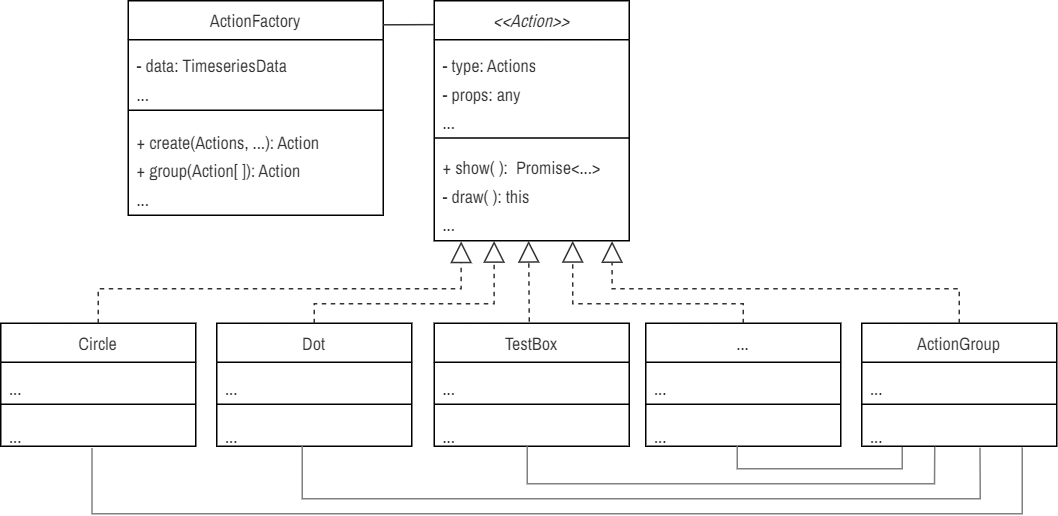
The draw.io diagram public/doc/action-classes.png in saifulkhan/storytelling-vis, before a commit. Source tidied: cells renumbered, new cells last; positions are measured from the earlier drawing's top-left corner, leaving out a move shared by most shapes.
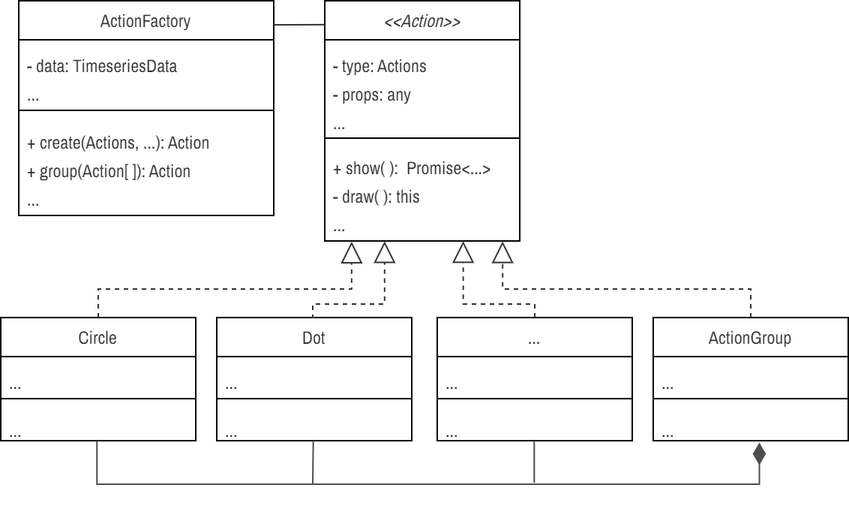
The same file after the commit.

Diff of the diagram source:
```diff
@@ -15,7 +15,7 @@
       <mxGeometry y="94" width="130" height="66" as="geometry" />
     </mxCell>
     <mxCell id="6" value="&lt;font face=&quot;Archivo Narrow&quot;&gt;&lt;span style=&quot;&quot;&gt;Circle&lt;/span&gt;&lt;/font&gt;" style="swimlane;fontStyle=0;align=center;verticalAlign=top;horizontal=1;startSize=26;whiteSpace=wrap;html=1;fontFamily=Fira Sans Extra Condensed;fontSource=https%3A%2F%2Ffonts.googleapis.com%2Fcss%3Ffamily%3DFira%2BSans%2BExtra%2BCondensed;fontSize=12;fontColor=#333333;" parent="1" vertex="1">
-      <mxGeometry y="215" width="130" height="82" as="geometry" />
+      <mxGeometry x="73" y="211" width="130" height="82" as="geometry" />
     </mxCell>
     <mxCell id="7" value="&lt;span style=&quot;font-size: 12px;&quot;&gt;&lt;font face=&quot;Archivo Narrow&quot;&gt;...&lt;/font&gt;&lt;/span&gt;" style="text;strokeColor=none;fillColor=none;align=left;verticalAlign=top;spacingLeft=4;spacingRight=4;overflow=hidden;whiteSpace=wrap;html=1;fontFamily=Fira Sans Extra Condensed;fontSource=https%3A%2F%2Ffonts.googleapis.com%2Fcss%3Ffamily%3DFira%2BSans%2BExtra%2BCondensed;fontSize=16;fontColor=#333333;" parent="6" vertex="1">
       <mxGeometry y="26" width="130" height="24" as="geometry" />
@@ -27,7 +27,7 @@
       <mxGeometry y="58" width="130" height="24" as="geometry" />
     </mxCell>
     <mxCell id="10" value="&lt;font face=&quot;Archivo Narrow&quot;&gt;&lt;span style=&quot;&quot;&gt;Dot&lt;/span&gt;&lt;/font&gt;" style="swimlane;fontStyle=0;align=center;verticalAlign=top;horizontal=1;startSize=26;whiteSpace=wrap;html=1;fontFamily=Fira Sans Extra Condensed;fontSource=https%3A%2F%2Ffonts.googleapis.com%2Fcss%3Ffamily%3DFira%2BSans%2BExtra%2BCondensed;fontSize=12;fontColor=#333333;" parent="1" vertex="1">
-      <mxGeometry x="144" y="215" width="130" height="82" as="geometry" />
+      <mxGeometry x="217" y="211" width="130" height="82" as="geometry" />
     </mxCell>
     <mxCell id="11" value="&lt;span style=&quot;font-size: 12px;&quot;&gt;&lt;font face=&quot;Archivo Narrow&quot;&gt;...&lt;/font&gt;&lt;/span&gt;" style="text;strokeColor=none;fillColor=none;align=left;verticalAlign=top;spacingLeft=4;spacingRight=4;overflow=hidden;whiteSpace=wrap;html=1;fontFamily=Fira Sans Extra Condensed;fontSource=https%3A%2F%2Ffonts.googleapis.com%2Fcss%3Ffamily%3DFira%2BSans%2BExtra%2BCondensed;fontSize=16;fontColor=#333333;" parent="10" vertex="1">
       <mxGeometry y="26" width="130" height="24" as="geometry" />
@@ -39,7 +39,7 @@
       <mxGeometry y="58" width="130" height="24" as="geometry" />
     </mxCell>
     <mxCell id="14" value="&lt;font face=&quot;Archivo Narrow&quot;&gt;&lt;span style=&quot;&quot;&gt;...&lt;/span&gt;&lt;/font&gt;" style="swimlane;fontStyle=0;align=center;verticalAlign=top;horizontal=1;startSize=26;whiteSpace=wrap;html=1;fontFamily=Fira Sans Extra Condensed;fontSource=https%3A%2F%2Ffonts.googleapis.com%2Fcss%3Ffamily%3DFira%2BSans%2BExtra%2BCondensed;fontSize=12;fontColor=#333333;" parent="1" vertex="1">
-      <mxGeometry x="430" y="215" width="130" height="82" as="geometry" />
+      <mxGeometry x="364" y="211" width="130" height="82" as="geometry" />
     </mxCell>
     <mxCell id="15" value="&lt;span style=&quot;font-size: 12px;&quot;&gt;&lt;font face=&quot;Archivo Narrow&quot;&gt;...&lt;/font&gt;&lt;/span&gt;" style="text;strokeColor=none;fillColor=none;align=left;verticalAlign=top;spacingLeft=4;spacingRight=4;overflow=hidden;whiteSpace=wrap;html=1;fontFamily=Fira Sans Extra Condensed;fontSource=https%3A%2F%2Ffonts.googleapis.com%2Fcss%3Ffamily%3DFira%2BSans%2BExtra%2BCondensed;fontSize=16;fontColor=#333333;" parent="14" vertex="1">
       <mxGeometry y="26" width="130" height="24" as="geometry" />
@@ -53,7 +53,7 @@
     <mxCell id="18" style="endArrow=block;dashed=1;endFill=0;endSize=12;html=1;rounded=0;fontColor=#333333;exitX=0.5;exitY=0;exitDx=0;exitDy=0;edgeStyle=orthogonalEdgeStyle;strokeColor=#333333;entryX=0.138;entryY=1.006;entryDx=0;entryDy=0;entryPerimeter=0;" parent="1" edge="1" source="6" target="5">
       <mxGeometry relative="1" as="geometry">
         <Array as="points">
-          <mxPoint x="65" y="192" />
+          <mxPoint x="138" y="192" />
           <mxPoint x="307" y="192" />
         </Array>
       </mxGeometry>
@@ -61,20 +61,16 @@
     <mxCell id="19" style="endArrow=block;dashed=1;endFill=0;endSize=12;html=1;rounded=0;fontColor=#333333;exitX=0.5;exitY=0;exitDx=0;exitDy=0;entryX=0.307;entryY=1.002;entryDx=0;entryDy=0;entryPerimeter=0;edgeStyle=orthogonalEdgeStyle;strokeColor=#333333;" parent="1" edge="1" source="10" target="5">
       <mxGeometry relative="1" as="geometry">
         <Array as="points">
-          <mxPoint x="209" y="202" />
+          <mxPoint x="281" y="211" />
+          <mxPoint x="281" y="202" />
           <mxPoint x="329" y="202" />
         </Array>
       </mxGeometry>
     </mxCell>
-    <mxCell id="20" style="endArrow=block;dashed=1;endFill=0;endSize=12;html=1;rounded=0;fontColor=#333333;exitX=0.495;exitY=-0.025;exitDx=0;exitDy=0;exitPerimeter=0;strokeColor=#333333;entryX=0.484;entryY=1.001;entryDx=0;entryDy=0;entryPerimeter=0;" parent="1" edge="1" target="5">
-      <mxGeometry relative="1" as="geometry">
-        <mxPoint x="352.3" y="214" as="sourcePoint" />
-      </mxGeometry>
-    </mxCell>
     <mxCell id="21" style="endArrow=block;dashed=1;endFill=0;endSize=12;html=1;rounded=0;fontColor=#333333;exitX=0.5;exitY=0;exitDx=0;exitDy=0;entryX=0.71;entryY=1.001;entryDx=0;entryDy=0;entryPerimeter=0;edgeStyle=orthogonalEdgeStyle;strokeColor=#333333;" parent="1" edge="1" source="14" target="5">
       <mxGeometry relative="1" as="geometry">
         <Array as="points">
-          <mxPoint x="495" y="202" />
+          <mxPoint x="429" y="202" />
           <mxPoint x="381" y="202" />
         </Array>
       </mxGeometry>
@@ -98,7 +94,7 @@
       </mxGeometry>
     </mxCell>
     <mxCell id="27" value="&lt;font face=&quot;Archivo Narrow&quot;&gt;&lt;span style=&quot;&quot;&gt;ActionGroup&lt;/span&gt;&lt;/font&gt;" style="swimlane;fontStyle=0;align=center;verticalAlign=top;horizontal=1;startSize=26;whiteSpace=wrap;html=1;fontFamily=Fira Sans Extra Condensed;fontSource=https%3A%2F%2Ffonts.googleapis.com%2Fcss%3Ffamily%3DFira%2BSans%2BExtra%2BCondensed;fontSize=12;fontColor=#333333;" parent="1" vertex="1">
-      <mxGeometry x="574" y="215" width="130" height="82" as="geometry" />
+      <mxGeometry x="508" y="211" width="130" height="82" as="geometry" />
     </mxCell>
     <mxCell id="28" value="&lt;span style=&quot;font-size: 12px;&quot;&gt;&lt;font face=&quot;Archivo Narrow&quot;&gt;...&lt;/font&gt;&lt;/span&gt;" style="text;strokeColor=none;fillColor=none;align=left;verticalAlign=top;spacingLeft=4;spacingRight=4;overflow=hidden;whiteSpace=wrap;html=1;fontFamily=Fira Sans Extra Condensed;fontSource=https%3A%2F%2Ffonts.googleapis.com%2Fcss%3Ffamily%3DFira%2BSans%2BExtra%2BCondensed;fontSize=16;fontColor=#333333;" parent="27" vertex="1">
       <mxGeometry y="26" width="130" height="24" as="geometry" />
@@ -112,58 +108,29 @@
     <mxCell id="31" style="endArrow=block;dashed=1;endFill=0;endSize=12;html=1;rounded=0;fontColor=#333333;exitX=0.5;exitY=0;exitDx=0;exitDy=0;entryX=0.912;entryY=1.003;entryDx=0;entryDy=0;entryPerimeter=0;edgeStyle=orthogonalEdgeStyle;strokeColor=#333333;" parent="1" edge="1" source="27" target="5">
       <mxGeometry relative="1" as="geometry">
         <Array as="points">
-          <mxPoint x="639" y="192" />
+          <mxPoint x="573" y="192" />
           <mxPoint x="408" y="192" />
         </Array>
       </mxGeometry>
     </mxCell>
-    <mxCell id="32" value="&lt;font face=&quot;Archivo Narrow&quot;&gt;TestBox&lt;/font&gt;" style="swimlane;fontStyle=0;align=center;verticalAlign=top;horizontal=1;startSize=26;whiteSpace=wrap;html=1;fontFamily=Fira Sans Extra Condensed;fontSource=https%3A%2F%2Ffonts.googleapis.com%2Fcss%3Ffamily%3DFira%2BSans%2BExtra%2BCondensed;fontSize=12;fontColor=#333333;" parent="1" vertex="1">
-      <mxGeometry x="289" y="215" width="130" height="82" as="geometry" />
-    </mxCell>
-    <mxCell id="33" value="&lt;span style=&quot;font-size: 12px;&quot;&gt;&lt;font face=&quot;Archivo Narrow&quot;&gt;...&lt;/font&gt;&lt;/span&gt;" style="text;strokeColor=none;fillColor=none;align=left;verticalAlign=top;spacingLeft=4;spacingRight=4;overflow=hidden;whiteSpace=wrap;html=1;fontFamily=Fira Sans Extra Condensed;fontSource=https%3A%2F%2Ffonts.googleapis.com%2Fcss%3Ffamily%3DFira%2BSans%2BExtra%2BCondensed;fontSize=16;fontColor=#333333;" parent="32" vertex="1">
-      <mxGeometry y="26" width="130" height="24" as="geometry" />
-    </mxCell>
-    <mxCell id="34" style="line;strokeWidth=1;fillColor=none;align=left;verticalAlign=middle;spacingTop=-1;spacingLeft=3;spacingRight=3;labelPosition=right;strokeColor=inherit;fontFamily=Fira Sans Extra Condensed;fontSource=https%3A%2F%2Ffonts.googleapis.com%2Fcss%3Ffamily%3DFira%2BSans%2BExtra%2BCondensed;fontSize=16;fontColor=#333333;" parent="32" vertex="1">
-      <mxGeometry y="50" width="130" height="8" as="geometry" />
-    </mxCell>
-    <mxCell id="35" value="&lt;font face=&quot;Archivo Narrow&quot; style=&quot;font-size: 12px;&quot;&gt;...&lt;/font&gt;" style="text;strokeColor=none;fillColor=none;align=left;verticalAlign=top;spacingLeft=4;spacingRight=4;overflow=hidden;whiteSpace=wrap;html=1;fontFamily=Fira Sans Extra Condensed;fontSource=https%3A%2F%2Ffonts.googleapis.com%2Fcss%3Ffamily%3DFira%2BSans%2BExtra%2BCondensed;fontSize=16;fontColor=#333333;" parent="32" vertex="1">
-      <mxGeometry y="58" width="130" height="24" as="geometry" />
-    </mxCell>
-    <mxCell id="36" style="endArrow=none;html=1;rounded=0;exitX=0.468;exitY=1.054;exitDx=0;exitDy=0;exitPerimeter=0;entryX=0.821;entryY=1.034;entryDx=0;entryDy=0;entryPerimeter=0;edgeStyle=orthogonalEdgeStyle;strokeColor=#808080;strokeWidth=1;" parent="1" edge="1" source="9" target="30">
+    <mxCell id="36" style="endArrow=diamondThin;endFill=1;endSize=12;html=1;rounded=0;entryX=0.544;entryY=1.054;entryDx=0;entryDy=0;entryPerimeter=0;edgeStyle=orthogonalEdgeStyle;exitX=0.493;exitY=1.006;exitDx=0;exitDy=0;exitPerimeter=0;strokeColor=#4D4D4D;" parent="1" edge="1" source="9" target="30">
       <mxGeometry relative="1" as="geometry">
         <Array as="points">
-          <mxPoint x="61" y="342" />
-          <mxPoint x="681" y="342" />
-          <mxPoint x="681" y="298" />
+          <mxPoint x="137" y="322" />
+          <mxPoint x="579" y="322" />
         </Array>
       </mxGeometry>
     </mxCell>
-    <mxCell id="37" style="endArrow=none;html=1;rounded=0;exitX=0.468;exitY=1.054;exitDx=0;exitDy=0;exitPerimeter=0;entryX=0.607;entryY=1.042;entryDx=0;entryDy=0;entryPerimeter=0;edgeStyle=orthogonalEdgeStyle;strokeColor=#808080;strokeWidth=1;" parent="1" edge="1" target="30">
-      <mxGeometry relative="1" as="geometry">
-        <mxPoint x="201" y="297" as="sourcePoint" />
-        <Array as="points">
-          <mxPoint x="201" y="332" />
-          <mxPoint x="653" y="332" />
-        </Array>
-      </mxGeometry>
-    </mxCell>
-    <mxCell id="38" style="endArrow=none;html=1;rounded=0;exitX=0.468;exitY=1.054;exitDx=0;exitDy=0;exitPerimeter=0;entryX=0.374;entryY=1.011;entryDx=0;entryDy=0;entryPerimeter=0;edgeStyle=orthogonalEdgeStyle;strokeColor=#808080;strokeWidth=1;" parent="1" edge="1" target="30">
-      <mxGeometry relative="1" as="geometry">
-        <mxPoint x="351" y="297" as="sourcePoint" />
-        <Array as="points">
-          <mxPoint x="351" y="322" />
-          <mxPoint x="623" y="322" />
-        </Array>
-      </mxGeometry>
-    </mxCell>
-    <mxCell id="39" style="endArrow=none;html=1;rounded=0;exitX=0.468;exitY=1.054;exitDx=0;exitDy=0;exitPerimeter=0;edgeStyle=orthogonalEdgeStyle;strokeColor=#808080;entryX=0.208;entryY=1.018;entryDx=0;entryDy=0;entryPerimeter=0;strokeWidth=1;" parent="1" edge="1" target="30">
-      <mxGeometry relative="1" as="geometry">
-        <mxPoint x="491" y="297" as="sourcePoint" />
-        <Array as="points">
-          <mxPoint x="491" y="312" />
-          <mxPoint x="601" y="312" />
-        </Array>
-      </mxGeometry>
-    </mxCell>
+    <mxCell id="40" style="endArrow=none;html=1;rounded=0;entryX=0.495;entryY=0.995;entryDx=0;entryDy=0;entryPerimeter=0;strokeColor=#4D4D4D;" parent="1" edge="1" target="13">
+      <mxGeometry relative="1" as="geometry">
+        <mxPoint x="281" y="322" as="sourcePoint" />
+      </mxGeometry>
+    </mxCell>
+    <mxCell id="41" style="endArrow=none;html=1;rounded=0;entryX=0.503;entryY=1.037;entryDx=0;entryDy=0;entryPerimeter=0;strokeColor=#4D4D4D;" parent="1" edge="1">
+      <mxGeometry relative="1" as="geometry">
+        <mxPoint x="428.7" y="321" as="sourcePoint" />
+        <mxPoint x="428.7" y="293" as="targetPoint" />
+      </mxGeometry>
+    </mxCell>
   </root>
 </mxGraphModel>
```
